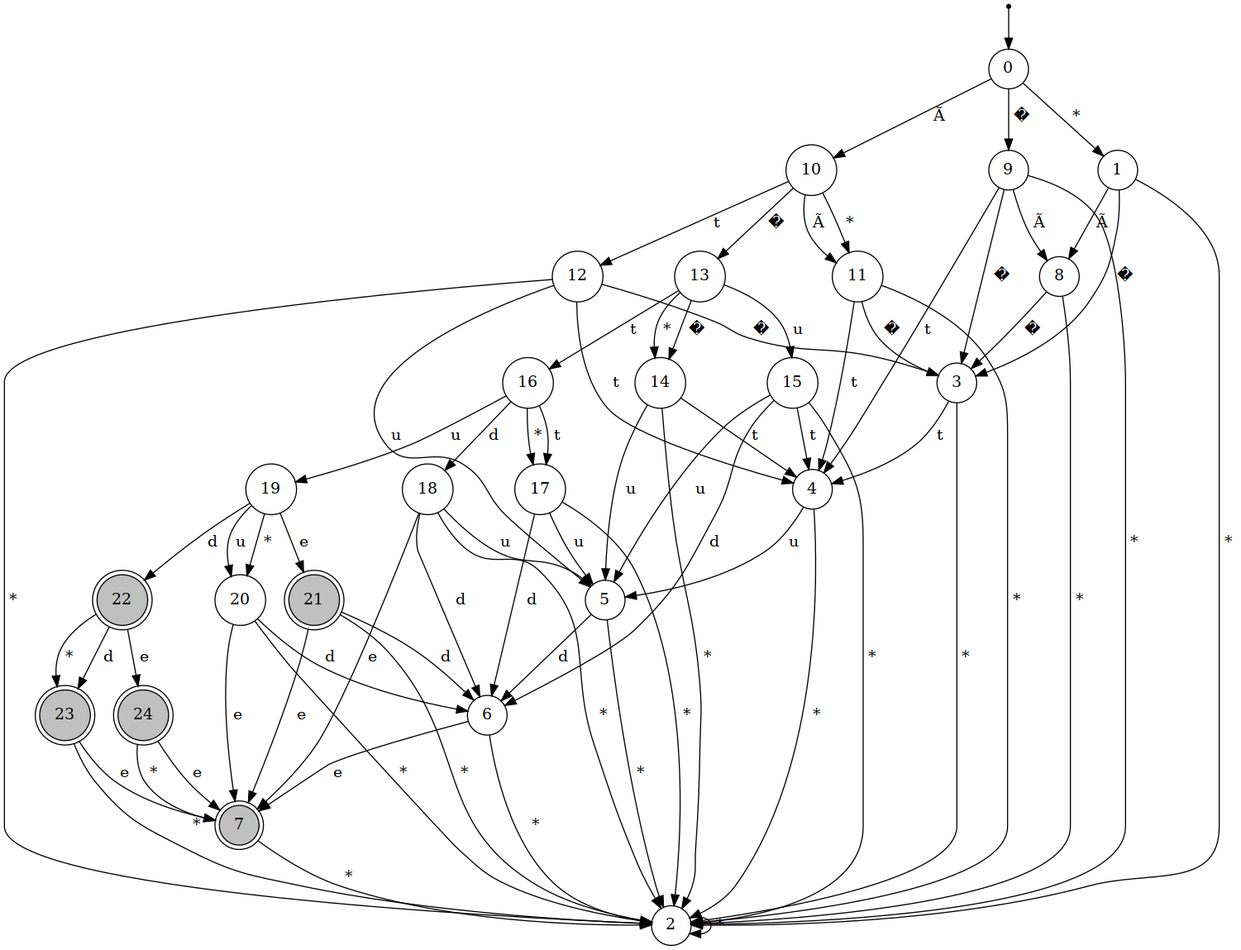
Above: graphs/poc_lev.png in lucasll37/CTC-34 (Graphviz), before the change. Its source is kept beside it as graphs/graphViz/poc_lev.dot.
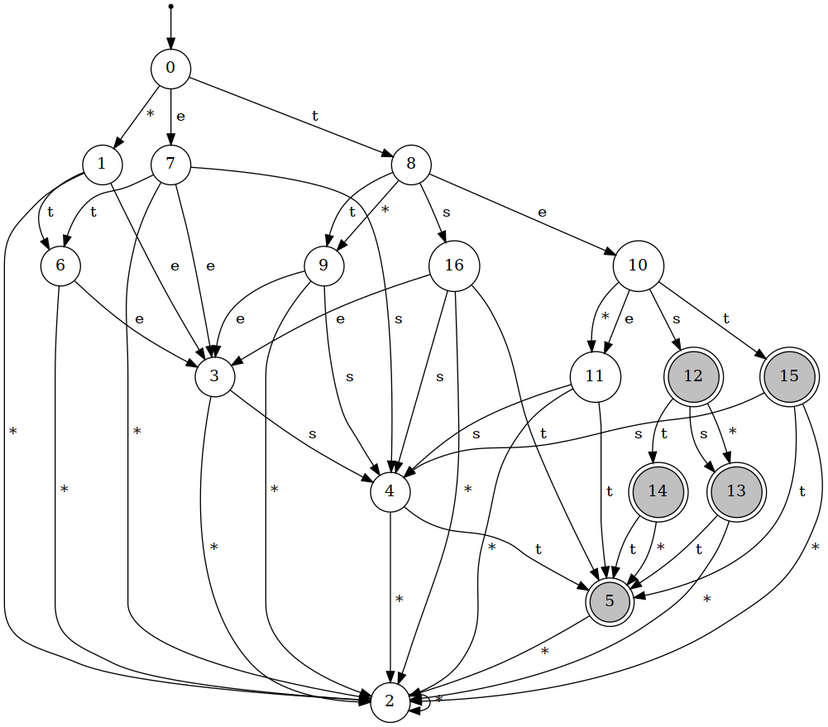
The same diagram one commit later.

Change to the diagram source:
```diff
@@ -2,11 +2,11 @@
 	rankdir=TB;
 charset="utf8";
 	node [shape = doublecircle];
-	7 [style=filled fillcolor=gray];
-	21 [style=filled fillcolor=gray];
-	22 [style=filled fillcolor=gray];
-	23 [style=filled fillcolor=gray];
-	24 [style=filled fillcolor=gray];
+	5 [style=filled fillcolor=gray];
+	12 [style=filled fillcolor=gray];
+	13 [style=filled fillcolor=gray];
+	14 [style=filled fillcolor=gray];
+	15 [style=filled fillcolor=gray];
 	node [shape = circle];
 ini [shape=point];
 ini -> 0;
@@ -15,71 +15,45 @@
 	3 -> 2 [label=" * "];
 	4 -> 2 [label=" * "];
 	5 -> 2 [label=" * "];
+	4 -> 5 [label=" t "];
+	3 -> 4 [label=" s "];
+	1 -> 3 [label=" e "];
 	6 -> 2 [label=" * "];
+	6 -> 3 [label=" e "];
+	1 -> 6 [label=" t "];
+	0 -> 1 [label=" * "];
 	7 -> 2 [label=" * "];
-	6 -> 7 [label=" e "];
-	5 -> 6 [label=" d "];
-	4 -> 5 [label=" u "];
-	3 -> 4 [label=" t "];
-	1 -> 3 [label=" © "];
-	8 -> 2 [label=" * "];
-	8 -> 3 [label=" © "];
-	1 -> 8 [label=" Ã "];
-	0 -> 1 [label=" * "];
+	7 -> 3 [label=" e "];
+	7 -> 4 [label=" s "];
+	7 -> 6 [label=" t "];
+	0 -> 7 [label=" e "];
 	9 -> 2 [label=" * "];
-	9 -> 4 [label=" t "];
-	9 -> 3 [label=" © "];
-	9 -> 8 [label=" Ã "];
-	0 -> 9 [label=" © "];
+	9 -> 3 [label=" e "];
+	9 -> 4 [label=" s "];
+	8 -> 9 [label=" * "];
 	11 -> 2 [label=" * "];
-	11 -> 4 [label=" t "];
-	11 -> 3 [label=" © "];
+	11 -> 4 [label=" s "];
+	11 -> 5 [label=" t "];
 	10 -> 11 [label=" * "];
-	12 -> 2 [label=" * "];
-	12 -> 5 [label=" u "];
-	12 -> 4 [label=" t "];
-	12 -> 3 [label=" © "];
-	10 -> 12 [label=" t "];
-	14 -> 2 [label=" * "];
-	14 -> 5 [label=" u "];
-	14 -> 4 [label=" t "];
-	13 -> 14 [label=" * "];
+	10 -> 11 [label=" e "];
+	13 -> 2 [label=" * "];
+	13 -> 5 [label=" t "];
+	12 -> 13 [label=" * "];
+	12 -> 13 [label=" s "];
+	14 -> 5 [label=" * "];
+	14 -> 5 [label=" t "];
+	12 -> 14 [label=" t "];
+	10 -> 12 [label=" s "];
 	15 -> 2 [label=" * "];
-	15 -> 6 [label=" d "];
-	15 -> 5 [label=" u "];
-	15 -> 4 [label=" t "];
-	13 -> 15 [label=" u "];
-	17 -> 2 [label=" * "];
-	17 -> 6 [label=" d "];
-	17 -> 5 [label=" u "];
-	16 -> 17 [label=" * "];
-	18 -> 2 [label=" * "];
-	18 -> 7 [label=" e "];
-	18 -> 6 [label=" d "];
-	18 -> 5 [label=" u "];
-	16 -> 18 [label=" d "];
-	20 -> 2 [label=" * "];
-	20 -> 7 [label=" e "];
-	20 -> 6 [label=" d "];
-	19 -> 20 [label=" * "];
-	21 -> 2 [label=" * "];
-	21 -> 7 [label=" e "];
-	21 -> 6 [label=" d "];
-	19 -> 21 [label=" e "];
-	23 -> 2 [label=" * "];
-	23 -> 7 [label=" e "];
-	22 -> 23 [label=" * "];
-	24 -> 7 [label=" * "];
-	24 -> 7 [label=" e "];
-	22 -> 24 [label=" e "];
-	22 -> 23 [label=" d "];
-	19 -> 22 [label=" d "];
-	19 -> 20 [label=" u "];
-	16 -> 19 [label=" u "];
-	16 -> 17 [label=" t "];
-	13 -> 16 [label=" t "];
-	13 -> 14 [label=" © "];
-	10 -> 13 [label=" © "];
-	10 -> 11 [label=" Ã "];
-	0 -> 10 [label=" Ã "];
+	15 -> 4 [label=" s "];
+	15 -> 5 [label=" t "];
+	10 -> 15 [label=" t "];
+	8 -> 10 [label=" e "];
+	16 -> 2 [label=" * "];
+	16 -> 3 [label=" e "];
+	16 -> 4 [label=" s "];
+	16 -> 5 [label=" t "];
+	8 -> 16 [label=" s "];
+	8 -> 9 [label=" t "];
+	0 -> 8 [label=" t "];
 }
```
